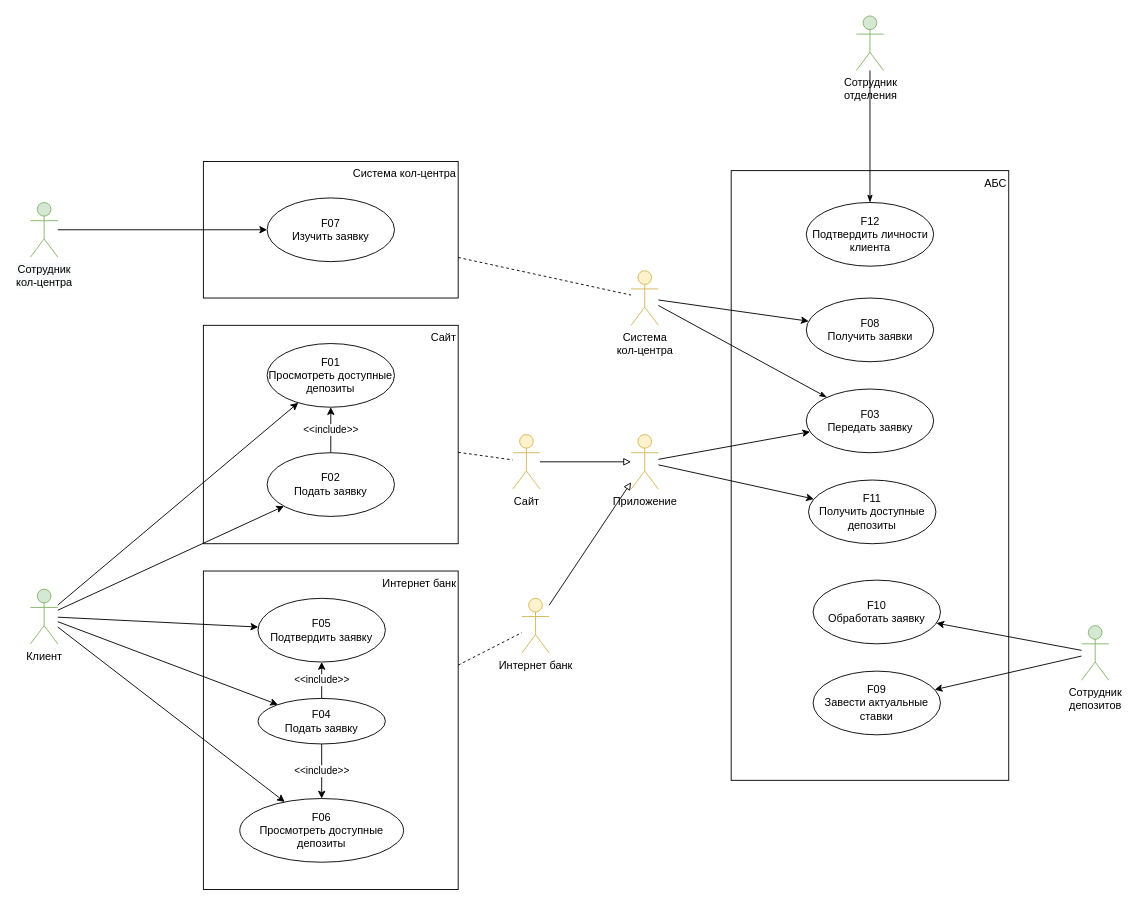
This is page "Модель вариантов использования" (1 of 3) of Exc3/usecases.drawio from asbelon/architecture-sprint-9, a draw.io file, before an edit. Source tidied: cells renumbered, new cells numbered last; positions are measured from the earlier drawing's top-left corner, leaving out a move shared by most shapes. Both pictures are drawn from the tidied source at 91%, with x=0, y=0 at pixel (30, 15).
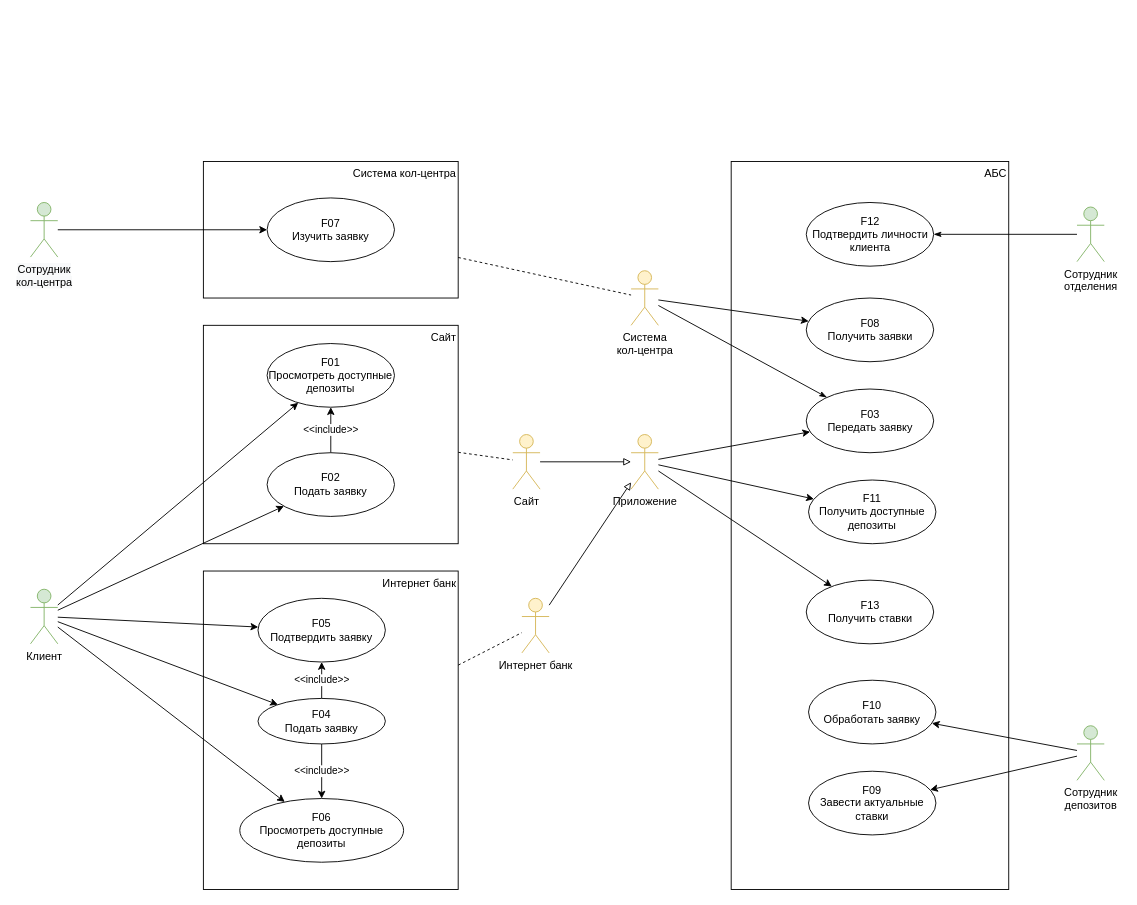
The same page after the edit.

Unchanged cells that the change refers to:
```xml
<mxCell id="43" value="Приложение" style="shape=umlActor;verticalLabelPosition=bottom;verticalAlign=top;html=1;outlineConnect=0;fillColor=#fff2cc;strokeColor=#d6b656;" parent="1" vertex="1">
  <mxGeometry x="660" y="460" width="30" height="60" as="geometry" />
</mxCell>
```

The edit, as a diff of the source:
```diff
@@
     <mxCell id="2" value="АБС" style="rounded=0;whiteSpace=wrap;html=1;align=right;verticalAlign=top;" parent="1" vertex="1">
-      <mxGeometry x="770" y="170" width="305" height="670" as="geometry" />
+      <mxGeometry x="770" y="160" width="305" height="800" as="geometry" />
     </mxCell>
@@
     <mxCell id="23" value="Сотрудник &lt;br&gt;депозитов" style="shape=umlActor;verticalLabelPosition=bottom;verticalAlign=top;html=1;outlineConnect=0;fillColor=#d5e8d4;strokeColor=#82b366;" parent="1" vertex="1">
-      <mxGeometry x="1155" y="670" width="30" height="60" as="geometry" />
+      <mxGeometry x="1150" y="780" width="30" height="60" as="geometry" />
     </mxCell>
@@
     <mxCell id="30" value="F10&lt;br&gt;Обработать заявку" style="ellipse;whiteSpace=wrap;html=1;" parent="1" vertex="1">
-      <mxGeometry x="860" y="620" width="140" height="70" as="geometry" />
+      <mxGeometry x="855" y="730" width="140" height="70" as="geometry" />
     </mxCell>
     <mxCell id="31" value="F09&lt;br&gt;Завести актуальные ставки" style="ellipse;whiteSpace=wrap;html=1;" parent="1" vertex="1">
-      <mxGeometry x="860" y="720" width="140" height="70" as="geometry" />
+      <mxGeometry x="855" y="830" width="140" height="70" as="geometry" />
     </mxCell>
@@
+    <mxCell id="47" style="rounded=0;jettySize=auto;html=1;" parent="1" edge="1" source="43" target="48">
+      <mxGeometry relative="1" as="geometry" />
+    </mxCell>
@@
     <mxCell id="45" value="Сотрудник &lt;br&gt;отделения" style="shape=umlActor;verticalLabelPosition=bottom;verticalAlign=top;html=1;outlineConnect=0;fontSize=12;fillColor=#d5e8d4;strokeColor=#82b366;" parent="1" vertex="1">
-      <mxGeometry x="907.5" width="30" height="60" as="geometry" />
+      <mxGeometry x="1150" y="210" width="30" height="60" as="geometry" />
     </mxCell>
@@
+    <mxCell id="48" value="F13&lt;br&gt;Получить ставки" style="ellipse;whiteSpace=wrap;html=1;" parent="1" vertex="1">
+      <mxGeometry x="852.5" y="620" width="140" height="70" as="geometry" />
+    </mxCell>
```
